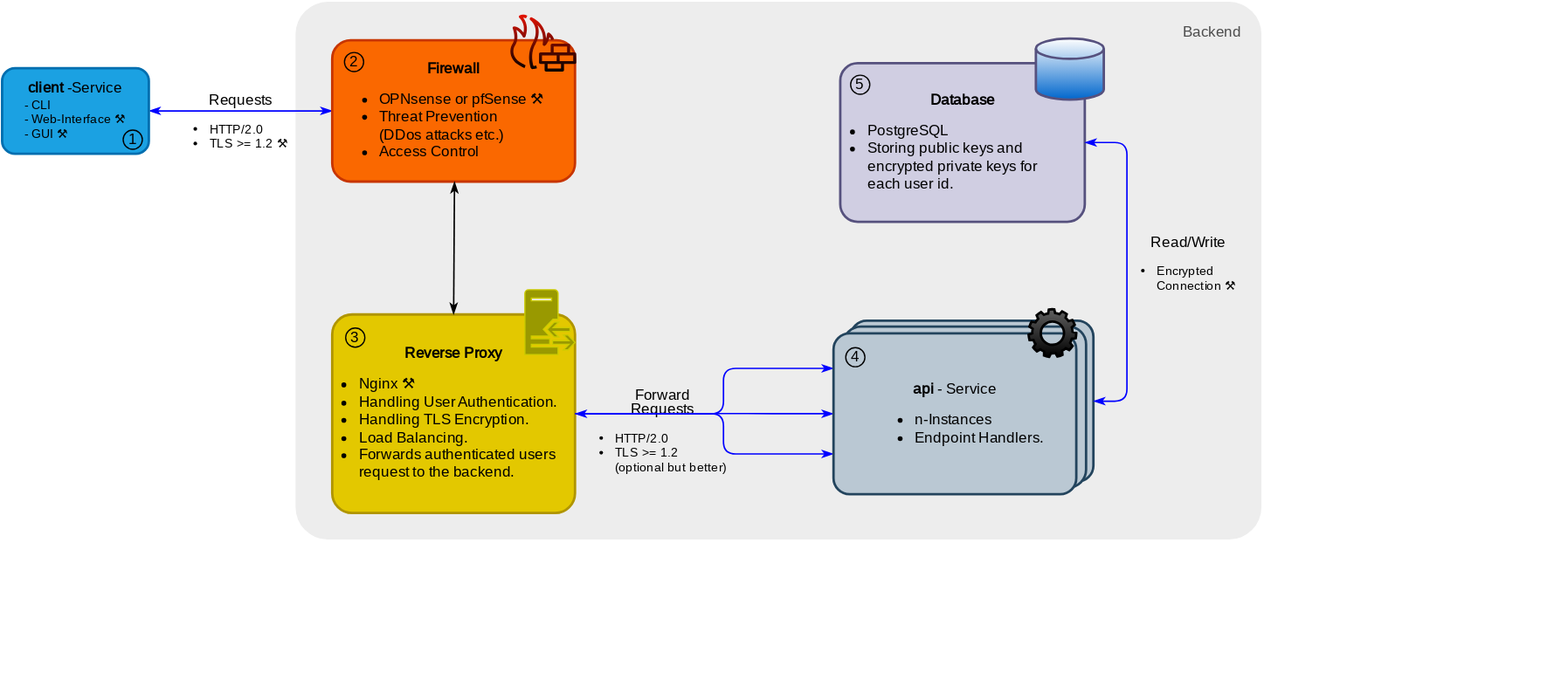
The draw.io diagram docs/deployment.drawio.svg in gabyx/ki-kist, before a commit. Source tidied: cells renumbered, new cells last; positions are measured from the earlier drawing's top-left corner, leaving out a move shared by most shapes.
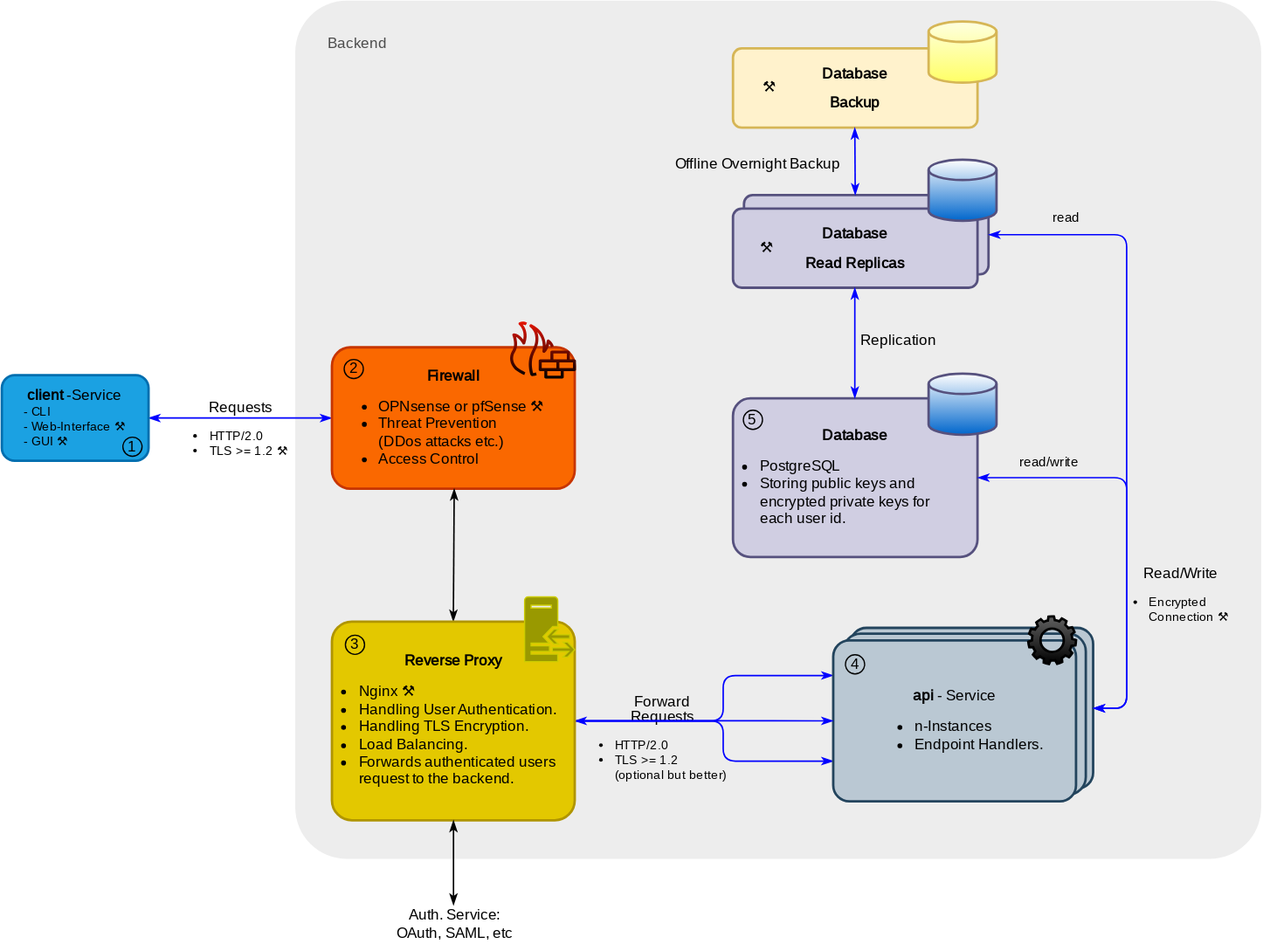
Above is the later version.

Change to the diagram source:
```diff
@@ -3,8 +3,11 @@
     <mxCell id="0" />
     <mxCell id="1" parent="0" />
     <mxCell id="2" style="rounded=1;whiteSpace=wrap;html=1;strokeWidth=2;fontFamily=Fira Sans;fontSource=https%3A%2F%2Ffonts.googleapis.com%2Fcss%3Ffamily%3DFira%2BSans;fontSize=10;fillColor=#EDEDED;strokeColor=none;arcSize=6;" parent="1" vertex="1">
-      <mxGeometry x="240" width="790" height="440" as="geometry" />
+      <mxGeometry x="240" y="-252" width="790" height="702" as="geometry" />
     </mxCell>
+    <mxCell id="30" value="&lt;p style=&quot;line-height: 100%;&quot;&gt;&lt;span style=&quot;font-family: &amp;quot;Fira Sans&amp;quot;; text-align: left; background-color: initial;&quot;&gt;&lt;b&gt;Database&lt;/b&gt;&lt;/span&gt;&lt;/p&gt;&lt;p style=&quot;line-height: 100%;&quot;&gt;&lt;span style=&quot;font-family: &amp;quot;Fira Sans&amp;quot;; text-align: left; background-color: initial;&quot;&gt;&lt;b&gt;Replicas&lt;/b&gt;&lt;/span&gt;&lt;/p&gt;&lt;p&gt;&lt;/p&gt;" style="rounded=1;whiteSpace=wrap;html=1;strokeWidth=2;fillColor=#d0cee2;strokeColor=#56517e;spacing=10;arcSize=11;fontFamily=Fira Sans;fontSource=https%3A%2F%2Ffonts.googleapis.com%2Fcss%3Ffamily%3DFira%2BSans;" parent="1" vertex="1">
+      <mxGeometry x="607" y="-93" width="200" height="64.8" as="geometry" />
+    </mxCell>
     <mxCell id="3" value="&lt;font style=&quot;font-size: 12px;&quot;&gt;&lt;p style=&quot;border-color: var(--border-color); line-height: 12px;&quot;&gt;&lt;font style=&quot;border-color: var(--border-color); font-size: 12px;&quot; face=&quot;Fira Sans&quot;&gt;Requests&lt;/font&gt;&lt;/p&gt;&lt;div style=&quot;border-color: var(--border-color); text-align: left; font-size: 10px;&quot;&gt;&lt;ul style=&quot;border-color: var(--border-color); padding-left: 10pt;&quot;&gt;&lt;li&gt;HTTP/2.0&lt;br&gt;&lt;/li&gt;&lt;li style=&quot;border-color: var(--border-color);&quot;&gt;&lt;font style=&quot;border-color: var(--border-color); font-size: 10px;&quot; face=&quot;Fira Sans&quot;&gt;TLS &amp;gt;= 1.2 ⚒&amp;nbsp;&lt;/font&gt;&lt;/li&gt;&lt;/ul&gt;&lt;/div&gt;&lt;/font&gt;" style="edgeStyle=elbowEdgeStyle;html=1;exitX=1;exitY=0.5;exitDx=0;exitDy=0;entryX=0;entryY=0.5;entryDx=0;entryDy=0;startArrow=classicThin;startFill=1;endArrow=classicThin;endFill=1;strokeWidth=1.2;fontFamily=Fira Sans;fontSource=https%3A%2F%2Ffonts.googleapis.com%2Fcss%3Ffamily%3DFira%2BSans;strokeColor=#0000FF;labelBackgroundColor=none;" parent="1" edge="1" source="4" target="12">
       <mxGeometry y="-8" relative="1" as="geometry">
         <Array as="points">
@@ -24,26 +27,6 @@
         </Array>
       </mxGeometry>
     </mxCell>
-    <mxCell id="6" style="group;" parent="1" vertex="1">
-      <mxGeometry x="270" y="235.6" width="1010" height="330" as="geometry" />
-    </mxCell>
-    <mxCell id="7" value="&lt;p style=&quot;line-height: 100%;&quot;&gt;&lt;font face=&quot;Fira Sans&quot;&gt;&lt;b&gt;&lt;font&gt;Reverse Proxy&lt;/font&gt;&lt;/b&gt;&lt;/font&gt;&lt;/p&gt;&lt;div style=&quot;text-align: left;&quot;&gt;&lt;ul style=&quot;padding-left:10pt&quot;&gt;&lt;li&gt;&lt;font face=&quot;Fira Sans&quot;&gt;Nginx ⚒&amp;nbsp;&lt;/font&gt;&lt;/li&gt;&lt;li&gt;&lt;font face=&quot;Fira Sans&quot;&gt;Handling User Authentication.&lt;/font&gt;&lt;/li&gt;&lt;li&gt;&lt;font face=&quot;Fira Sans&quot;&gt;Handling TLS Encryption.&lt;/font&gt;&lt;/li&gt;&lt;li&gt;&lt;font face=&quot;Fira Sans&quot;&gt;Load Balancing.&lt;/font&gt;&lt;/li&gt;&lt;li&gt;&lt;font face=&quot;Fira Sans&quot;&gt;Forwards authenticated users request to the backend.&lt;/font&gt;&lt;/li&gt;&lt;/ul&gt;&lt;/div&gt;&lt;p&gt;&lt;/p&gt;" style="rounded=1;whiteSpace=wrap;html=1;strokeWidth=2;fillColor=#e3c800;strokeColor=#B09500;spacing=10;arcSize=10;fontFamily=Fira Sans;fontSource=https%3A%2F%2Ffonts.googleapis.com%2Fcss%3Ffamily%3DFira%2BSans;fontColor=#000000;" parent="6" vertex="1">
-      <mxGeometry y="20.2" width="198.6" height="162.5" as="geometry" />
-    </mxCell>
-    <mxCell id="8" style="sketch=0;shadow=0;dashed=0;html=1;strokeColor=#CCCC00;fillColor=#999900;labelPosition=center;verticalLabelPosition=bottom;verticalAlign=top;align=center;shape=mxgraph.office.servers.reverse_proxy;fontFamily=Fira Sans;fontSource=https%3A%2F%2Ffonts.googleapis.com%2Fcss%3Ffamily%3DFira%2BSans;fontSize=10;strokeWidth=1;" parent="6" vertex="1">
-      <mxGeometry x="157.6" width="41" height="53" as="geometry" />
-    </mxCell>
-    <mxCell id="9" value="&lt;font style=&quot;font-size: 12px;&quot;&gt;&lt;p style=&quot;border-color: var(--border-color); line-height: 12px;&quot;&gt;&lt;br&gt;&lt;/p&gt;&lt;/font&gt;" style="edgeStyle=elbowEdgeStyle;html=1;entryX=0;entryY=0.5;entryDx=0;entryDy=0;startArrow=none;startFill=0;endArrow=classicThin;endFill=1;strokeWidth=1.2;fontFamily=Fira Sans;fontSource=https%3A%2F%2Ffonts.googleapis.com%2Fcss%3Ffamily%3DFira%2BSans;labelBackgroundColor=none;strokeColor=#0000FF;" parent="6" edge="1" target="25">
-      <mxGeometry x="0.31" y="-61" relative="1" as="geometry">
-        <mxPoint x="200" y="101.4" as="sourcePoint" />
-        <Array as="points">
-          <mxPoint x="350" y="101" />
-        </Array>
-      </mxGeometry>
-    </mxCell>
-    <mxCell id="10" value="3" style="ellipse;whiteSpace=wrap;html=1;labelBackgroundColor=none;strokeWidth=1;fontFamily=Fira Sans;fontSource=https%3A%2F%2Ffonts.googleapis.com%2Fcss%3Ffamily%3DFira%2BSans;fontSize=12;fillColor=none;" parent="6" vertex="1">
-      <mxGeometry x="11" y="31.4" width="15.7" height="15.7" as="geometry" />
-    </mxCell>
     <mxCell id="11" style="group;" parent="1" vertex="1">
       <mxGeometry x="270" y="17.1" width="199.9" height="130" as="geometry" />
     </mxCell>
@@ -64,19 +47,19 @@
       </mxGeometry>
     </mxCell>
     <mxCell id="16" style="group;" parent="1" vertex="1">
-      <mxGeometry x="685.5" y="30" width="215.5" height="182.8" as="geometry" />
+      <mxGeometry x="685.5" y="60" width="215.5" height="182.8" as="geometry" />
     </mxCell>
     <mxCell id="17" value="&lt;p style=&quot;line-height: 100%;&quot;&gt;&lt;span style=&quot;font-family: &amp;quot;Fira Sans&amp;quot;; text-align: left; background-color: initial;&quot;&gt;&lt;b&gt;Database&lt;/b&gt;&lt;/span&gt;&lt;/p&gt;&lt;div style=&quot;text-align: left;&quot;&gt;&lt;ul style=&quot;padding-left:10pt&quot;&gt;&lt;li&gt;&lt;span style=&quot;background-color: initial; font-family: &amp;quot;Fira Sans&amp;quot;;&quot;&gt;PostgreSQL&lt;/span&gt;&lt;/li&gt;&lt;li&gt;&lt;span style=&quot;background-color: initial; font-family: &amp;quot;Fira Sans&amp;quot;;&quot;&gt;Storing public keys and encrypted private keys for each user id.&lt;/span&gt;&lt;br&gt;&lt;/li&gt;&lt;/ul&gt;&lt;/div&gt;&lt;p&gt;&lt;/p&gt;" style="rounded=1;whiteSpace=wrap;html=1;strokeWidth=2;fillColor=#d0cee2;strokeColor=#56517e;spacing=10;arcSize=11;fontFamily=Fira Sans;fontSource=https%3A%2F%2Ffonts.googleapis.com%2Fcss%3Ffamily%3DFira%2BSans;" parent="16" vertex="1">
-      <mxGeometry y="20.2" width="200" height="129.8" as="geometry" />
+      <mxGeometry x="-87.5" y="13.2" width="200" height="129.8" as="geometry" />
     </mxCell>
     <mxCell id="18" style="strokeWidth=2;html=1;shape=mxgraph.flowchart.database;whiteSpace=wrap;labelBackgroundColor=none;labelBorderColor=none;fontColor=default;gradientColor=#0066CC;strokeColor=#56517E;" parent="16" vertex="1">
-      <mxGeometry x="160" width="55.5" height="50" as="geometry" />
+      <mxGeometry x="72.5" y="-7" width="55.5" height="50" as="geometry" />
     </mxCell>
     <mxCell id="19" value="5" style="ellipse;whiteSpace=wrap;html=1;labelBackgroundColor=none;strokeWidth=1;fontFamily=Fira Sans;fontSource=https%3A%2F%2Ffonts.googleapis.com%2Fcss%3Ffamily%3DFira%2BSans;fontSize=12;fillColor=none;" parent="16" vertex="1">
-      <mxGeometry x="8.5" y="30" width="15.7" height="15.7" as="geometry" />
+      <mxGeometry x="-79" y="23" width="15.7" height="15.7" as="geometry" />
     </mxCell>
     <mxCell id="20" value="Backend" style="text;html=1;strokeColor=none;fillColor=none;align=center;verticalAlign=middle;whiteSpace=wrap;rounded=0;strokeWidth=2;fontFamily=Fira Sans;fontSource=https%3A%2F%2Ffonts.googleapis.com%2Fcss%3Ffamily%3DFira%2BSans;fontSize=12;fontColor=#4D4D4D;" parent="1" vertex="1">
-      <mxGeometry x="960" y="10" width="60" height="30" as="geometry" />
+      <mxGeometry x="261" y="-232" width="60" height="30" as="geometry" />
     </mxCell>
     <mxCell id="21" value="&lt;font style=&quot;font-size: 12px;&quot;&gt;&lt;p style=&quot;border-color: var(--border-color); line-height: 12px;&quot;&gt;&lt;br&gt;&lt;/p&gt;&lt;/font&gt;" style="edgeStyle=elbowEdgeStyle;html=1;entryX=0;entryY=0.75;entryDx=0;entryDy=0;startArrow=none;startFill=0;endArrow=classicThin;endFill=1;strokeWidth=1.2;fontFamily=Fira Sans;fontSource=https%3A%2F%2Ffonts.googleapis.com%2Fcss%3Ffamily%3DFira%2BSans;labelBackgroundColor=none;strokeColor=#0000FF;exitX=1;exitY=0.5;exitDx=0;exitDy=0;" parent="1" edge="1" source="7" target="25">
       <mxGeometry x="0.31" y="-61" relative="1" as="geometry">
@@ -104,14 +87,80 @@
       <mxGeometry x="10" y="23" width="15.7" height="15.7" as="geometry" />
     </mxCell>
     <mxCell id="28" value="&lt;font style=&quot;font-size: 12px;&quot;&gt;&lt;p style=&quot;border-color: var(--border-color); line-height: 12px;&quot;&gt;Read/Write&lt;/p&gt;&lt;div style=&quot;border-color: var(--border-color); text-align: left; font-size: 10px;&quot;&gt;&lt;ul style=&quot;border-color: var(--border-color); padding-left: 10pt;&quot;&gt;&lt;li&gt;&lt;span style=&quot;background-color: initial;&quot;&gt;Encrypted &lt;br&gt;Connection&amp;nbsp;&lt;/span&gt;⚒&amp;nbsp;&lt;/li&gt;&lt;/ul&gt;&lt;/div&gt;&lt;/font&gt;" style="edgeStyle=elbowEdgeStyle;html=1;startArrow=classicThin;startFill=1;endArrow=classicThin;endFill=1;strokeWidth=1.2;fontFamily=Fira Sans;fontSource=https%3A%2F%2Ffonts.googleapis.com%2Fcss%3Ffamily%3DFira%2BSans;labelBackgroundColor=none;strokeColor=#0000FF;exitX=1;exitY=0.5;exitDx=0;exitDy=0;entryX=1;entryY=0.5;entryDx=0;entryDy=0;" parent="1" edge="1" source="23" target="17">
-      <mxGeometry x="0.03" y="-50" relative="1" as="geometry">
+      <mxGeometry x="-0.28" y="-44" relative="1" as="geometry">
         <Array as="points">
           <mxPoint x="920" y="340" />
         </Array>
       </mxGeometry>
     </mxCell>
+    <mxCell id="31" value="read/write" style="edgeLabel;html=1;align=center;verticalAlign=middle;fontFamily=Fira Sans;labelBackgroundColor=none;" parent="28" vertex="1">
+      <mxGeometry x="0.61" y="-2" relative="1" as="geometry">
+        <mxPoint x="-8" y="-12" as="offset" />
+      </mxGeometry>
+    </mxCell>
     <mxCell id="29" value="1" style="ellipse;whiteSpace=wrap;html=1;labelBackgroundColor=none;strokeWidth=1;fontFamily=Fira Sans;fontSource=https%3A%2F%2Ffonts.googleapis.com%2Fcss%3Ffamily%3DFira%2BSans;fontSize=12;fillColor=none;" parent="1" vertex="1">
       <mxGeometry x="99" y="105" width="15.7" height="15.7" as="geometry" />
     </mxCell>
+    <mxCell id="32" value="&lt;p style=&quot;line-height: 100%;&quot;&gt;&lt;span style=&quot;font-family: &amp;quot;Fira Sans&amp;quot;; text-align: left; background-color: initial;&quot;&gt;&lt;b&gt;Database&lt;/b&gt;&lt;/span&gt;&lt;/p&gt;&lt;p style=&quot;line-height: 100%;&quot;&gt;&lt;span style=&quot;font-family: &amp;quot;Fira Sans&amp;quot;; text-align: left; background-color: initial;&quot;&gt;&lt;b&gt;Backup&lt;/b&gt;&lt;/span&gt;&lt;/p&gt;&lt;p&gt;&lt;/p&gt;" style="rounded=1;whiteSpace=wrap;html=1;strokeWidth=2;fillColor=#fff2cc;strokeColor=#d6b656;spacing=10;arcSize=11;fontFamily=Fira Sans;fontSource=https%3A%2F%2Ffonts.googleapis.com%2Fcss%3Ffamily%3DFira%2BSans;" parent="1" vertex="1">
+      <mxGeometry x="598" y="-213" width="200" height="64.8" as="geometry" />
+    </mxCell>
+    <mxCell id="33" value="&lt;p style=&quot;line-height: 100%;&quot;&gt;&lt;span style=&quot;font-family: &amp;quot;Fira Sans&amp;quot;; text-align: left; background-color: initial;&quot;&gt;&lt;b&gt;Database&lt;/b&gt;&lt;/span&gt;&lt;/p&gt;&lt;p style=&quot;line-height: 100%;&quot;&gt;&lt;span style=&quot;font-family: &amp;quot;Fira Sans&amp;quot;; text-align: left; background-color: initial;&quot;&gt;&lt;b&gt;Read Replicas&lt;/b&gt;&lt;/span&gt;&lt;/p&gt;&lt;p&gt;&lt;/p&gt;" style="rounded=1;whiteSpace=wrap;html=1;strokeWidth=2;fillColor=#d0cee2;strokeColor=#56517e;spacing=10;arcSize=11;fontFamily=Fira Sans;fontSource=https%3A%2F%2Ffonts.googleapis.com%2Fcss%3Ffamily%3DFira%2BSans;" parent="1" vertex="1">
+      <mxGeometry x="598" y="-82" width="200" height="64.8" as="geometry" />
+    </mxCell>
+    <mxCell id="34" value="&lt;font style=&quot;font-size: 12px;&quot;&gt;&lt;p style=&quot;border-color: var(--border-color); line-height: 12px;&quot;&gt;&lt;br&gt;&lt;/p&gt;&lt;/font&gt;" style="edgeStyle=elbowEdgeStyle;html=1;startArrow=classicThin;startFill=1;endArrow=classicThin;endFill=1;strokeWidth=1.2;fontFamily=Fira Sans;fontSource=https%3A%2F%2Ffonts.googleapis.com%2Fcss%3Ffamily%3DFira%2BSans;labelBackgroundColor=none;strokeColor=#0000FF;exitX=1;exitY=0.5;exitDx=0;exitDy=0;entryX=1;entryY=0.5;entryDx=0;entryDy=0;" parent="1" edge="1" source="23" target="30">
+      <mxGeometry x="0.12" y="-32" relative="1" as="geometry">
+        <Array as="points">
+          <mxPoint x="920" y="179" />
+        </Array>
+      </mxGeometry>
+    </mxCell>
+    <mxCell id="35" value="read" style="edgeLabel;html=1;align=center;verticalAlign=middle;labelBackgroundColor=none;fontFamily=Fira Sans;fontSource=https%3A%2F%2Ffonts.googleapis.com%2Fcss%3Ffamily%3DFira%2BSans;" parent="34" vertex="1">
+      <mxGeometry x="0.44" relative="1" as="geometry">
+        <mxPoint x="-51" y="-50" as="offset" />
+      </mxGeometry>
+    </mxCell>
+    <mxCell id="36" value="&lt;font style=&quot;&quot;&gt;&lt;p style=&quot;border-color: var(--border-color); line-height: 12px;&quot;&gt;&lt;span style=&quot;background-color: initial; text-align: left; font-size: 12px;&quot;&gt;Replication&lt;/span&gt;&lt;/p&gt;&lt;/font&gt;" style="edgeStyle=elbowEdgeStyle;html=1;startArrow=classicThin;startFill=1;endArrow=classicThin;endFill=1;strokeWidth=1.2;fontFamily=Fira Sans;fontSource=https%3A%2F%2Ffonts.googleapis.com%2Fcss%3Ffamily%3DFira%2BSans;labelBackgroundColor=none;strokeColor=#0000FF;entryX=0.5;entryY=1;entryDx=0;entryDy=0;" parent="1" edge="1" source="17" target="33">
+      <mxGeometry x="0.06" y="-35" relative="1" as="geometry" />
+    </mxCell>
+    <mxCell id="37" style="strokeWidth=2;html=1;shape=mxgraph.flowchart.database;whiteSpace=wrap;labelBackgroundColor=none;labelBorderColor=none;fontColor=default;gradientColor=#0066CC;strokeColor=#56517E;" parent="1" vertex="1">
+      <mxGeometry x="758" y="-122" width="55.5" height="50" as="geometry" />
+    </mxCell>
+    <mxCell id="38" value="&lt;font style=&quot;&quot;&gt;&lt;p style=&quot;border-color: var(--border-color); line-height: 12px;&quot;&gt;&lt;span style=&quot;background-color: initial; text-align: left; font-size: 12px;&quot;&gt;Offline Overnight Backup&lt;/span&gt;&lt;/p&gt;&lt;/font&gt;" style="edgeStyle=elbowEdgeStyle;html=1;startArrow=classicThin;startFill=1;endArrow=classicThin;endFill=1;strokeWidth=1.2;fontFamily=Fira Sans;fontSource=https%3A%2F%2Ffonts.googleapis.com%2Fcss%3Ffamily%3DFira%2BSans;labelBackgroundColor=none;strokeColor=#0000FF;" parent="1" edge="1" target="32">
+      <mxGeometry x="-0.06" y="80" relative="1" as="geometry">
+        <mxPoint x="698" y="-93" as="sourcePoint" />
+      </mxGeometry>
+    </mxCell>
+    <mxCell id="39" style="strokeWidth=2;html=1;shape=mxgraph.flowchart.database;whiteSpace=wrap;labelBackgroundColor=none;labelBorderColor=none;strokeColor=#d6b656;fillColor=#FEFFE0;gradientColor=#FFFF66;" parent="1" vertex="1">
+      <mxGeometry x="758" y="-235" width="55.5" height="50" as="geometry" />
+    </mxCell>
+    <mxCell id="40" value="&lt;span style=&quot;text-align: left;&quot;&gt;⚒&lt;/span&gt;" style="text;html=1;strokeColor=none;fillColor=none;align=center;verticalAlign=middle;whiteSpace=wrap;rounded=0;labelBackgroundColor=none;fontFamily=Fira Sans;fontSource=https%3A%2F%2Ffonts.googleapis.com%2Fcss%3Ffamily%3DFira%2BSans;" parent="1" vertex="1">
+      <mxGeometry x="596" y="-64.6" width="60" height="30" as="geometry" />
+    </mxCell>
+    <mxCell id="41" value="&lt;span style=&quot;text-align: left;&quot;&gt;⚒&lt;/span&gt;" style="text;html=1;strokeColor=none;fillColor=none;align=center;verticalAlign=middle;whiteSpace=wrap;rounded=0;labelBackgroundColor=none;fontFamily=Fira Sans;fontSource=https%3A%2F%2Ffonts.googleapis.com%2Fcss%3Ffamily%3DFira%2BSans;" parent="1" vertex="1">
+      <mxGeometry x="598" y="-195.6" width="60" height="30" as="geometry" />
+    </mxCell>
+    <mxCell id="7" value="&lt;p style=&quot;line-height: 100%;&quot;&gt;&lt;font face=&quot;Fira Sans&quot;&gt;&lt;b&gt;&lt;font&gt;Reverse Proxy&lt;/font&gt;&lt;/b&gt;&lt;/font&gt;&lt;/p&gt;&lt;div style=&quot;text-align: left;&quot;&gt;&lt;ul style=&quot;padding-left:10pt&quot;&gt;&lt;li&gt;&lt;font face=&quot;Fira Sans&quot;&gt;Nginx ⚒&amp;nbsp;&lt;/font&gt;&lt;/li&gt;&lt;li&gt;&lt;font face=&quot;Fira Sans&quot;&gt;Handling User Authentication.&lt;/font&gt;&lt;/li&gt;&lt;li&gt;&lt;font face=&quot;Fira Sans&quot;&gt;Handling TLS Encryption.&lt;/font&gt;&lt;/li&gt;&lt;li&gt;&lt;font face=&quot;Fira Sans&quot;&gt;Load Balancing.&lt;/font&gt;&lt;/li&gt;&lt;li&gt;&lt;font face=&quot;Fira Sans&quot;&gt;Forwards authenticated users request to the backend.&lt;/font&gt;&lt;/li&gt;&lt;/ul&gt;&lt;/div&gt;&lt;p&gt;&lt;/p&gt;" style="rounded=1;whiteSpace=wrap;html=1;strokeWidth=2;fillColor=#e3c800;strokeColor=#B09500;spacing=10;arcSize=10;fontFamily=Fira Sans;fontSource=https%3A%2F%2Ffonts.googleapis.com%2Fcss%3Ffamily%3DFira%2BSans;fontColor=#000000;" parent="1" vertex="1">
+      <mxGeometry x="270" y="255.9" width="198.6" height="162.5" as="geometry" />
+    </mxCell>
+    <mxCell id="8" style="sketch=0;shadow=0;dashed=0;html=1;strokeColor=#CCCC00;fillColor=#999900;labelPosition=center;verticalLabelPosition=bottom;verticalAlign=top;align=center;shape=mxgraph.office.servers.reverse_proxy;fontFamily=Fira Sans;fontSource=https%3A%2F%2Ffonts.googleapis.com%2Fcss%3Ffamily%3DFira%2BSans;fontSize=10;strokeWidth=1;" parent="1" vertex="1">
+      <mxGeometry x="427.6" y="235.6" width="41" height="53" as="geometry" />
+    </mxCell>
+    <mxCell id="9" value="&lt;font style=&quot;font-size: 12px;&quot;&gt;&lt;p style=&quot;border-color: var(--border-color); line-height: 12px;&quot;&gt;&lt;br&gt;&lt;/p&gt;&lt;/font&gt;" style="edgeStyle=elbowEdgeStyle;html=1;entryX=0;entryY=0.5;entryDx=0;entryDy=0;startArrow=none;startFill=0;endArrow=classicThin;endFill=1;strokeWidth=1.2;fontFamily=Fira Sans;fontSource=https%3A%2F%2Ffonts.googleapis.com%2Fcss%3Ffamily%3DFira%2BSans;labelBackgroundColor=none;strokeColor=#0000FF;" parent="1" edge="1" target="25">
+      <mxGeometry x="0.31" y="-61" relative="1" as="geometry">
+        <mxPoint x="470" y="337" as="sourcePoint" />
+        <Array as="points">
+          <mxPoint x="620" y="336.6" />
+        </Array>
+      </mxGeometry>
+    </mxCell>
+    <mxCell id="10" value="3" style="ellipse;whiteSpace=wrap;html=1;labelBackgroundColor=none;strokeWidth=1;fontFamily=Fira Sans;fontSource=https%3A%2F%2Ffonts.googleapis.com%2Fcss%3Ffamily%3DFira%2BSans;fontSize=12;fillColor=none;" parent="1" vertex="1">
+      <mxGeometry x="281" y="267" width="15.7" height="15.7" as="geometry" />
+    </mxCell>
+    <mxCell id="42" value="Auth. Service: OAuth, SAML, etc" style="text;html=1;strokeColor=none;fillColor=none;align=center;verticalAlign=middle;whiteSpace=wrap;rounded=0;labelBackgroundColor=none;fontFamily=Fira Sans;fontSource=https%3A%2F%2Ffonts.googleapis.com%2Fcss%3Ffamily%3DFira%2BSans;" parent="1" vertex="1">
+      <mxGeometry x="321" y="488" width="99" height="30" as="geometry" />
+    </mxCell>
+    <mxCell id="43" value="&lt;font style=&quot;font-size: 12px;&quot;&gt;&lt;p style=&quot;border-color: var(--border-color); background-color: rgb(251, 251, 251); line-height: 12px;&quot;&gt;&lt;br&gt;&lt;/p&gt;&lt;/font&gt;" style="edgeStyle=elbowEdgeStyle;html=1;startArrow=classicThin;startFill=1;endArrow=classicThin;endFill=1;strokeWidth=1.2;fontFamily=Fira Sans;fontSource=https%3A%2F%2Ffonts.googleapis.com%2Fcss%3Ffamily%3DFira%2BSans;entryX=0.5;entryY=1;entryDx=0;entryDy=0;" parent="1" edge="1" source="42" target="7">
+      <mxGeometry relative="1" as="geometry" />
+    </mxCell>
   </root>
 </mxGraphModel>
```
